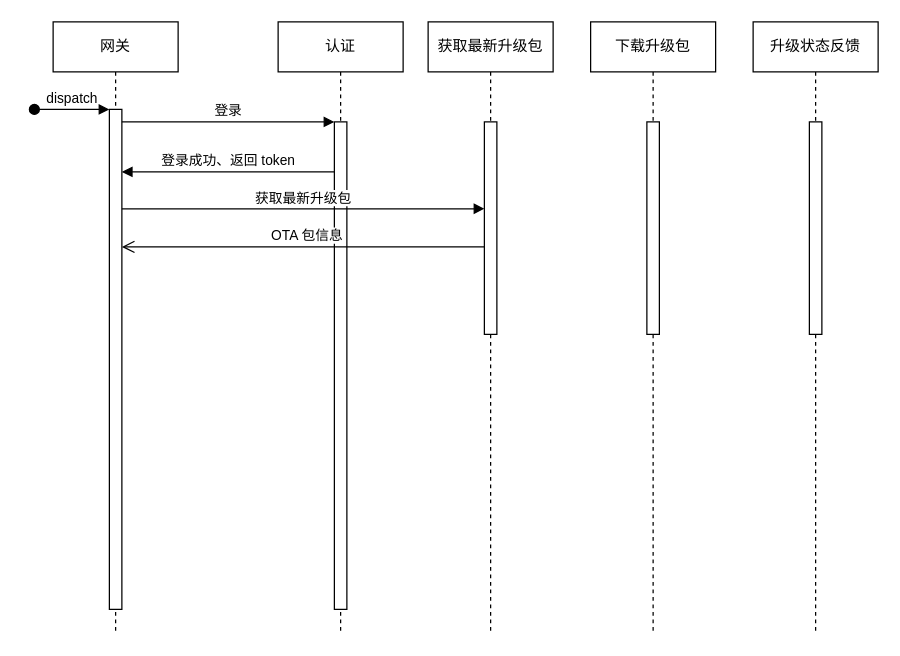
Earlier version of the draw.io diagram 网关与远程管理交互时序图.drawio (zhu91aizhu/drawio). Source tidied: cells renumbered, new cells numbered last; positions are measured from the earlier drawing's top-left corner, leaving out a move shared by most shapes. Both pictures are drawn from the tidied source at 125%, with x=0, y=0 at pixel (34, 21).
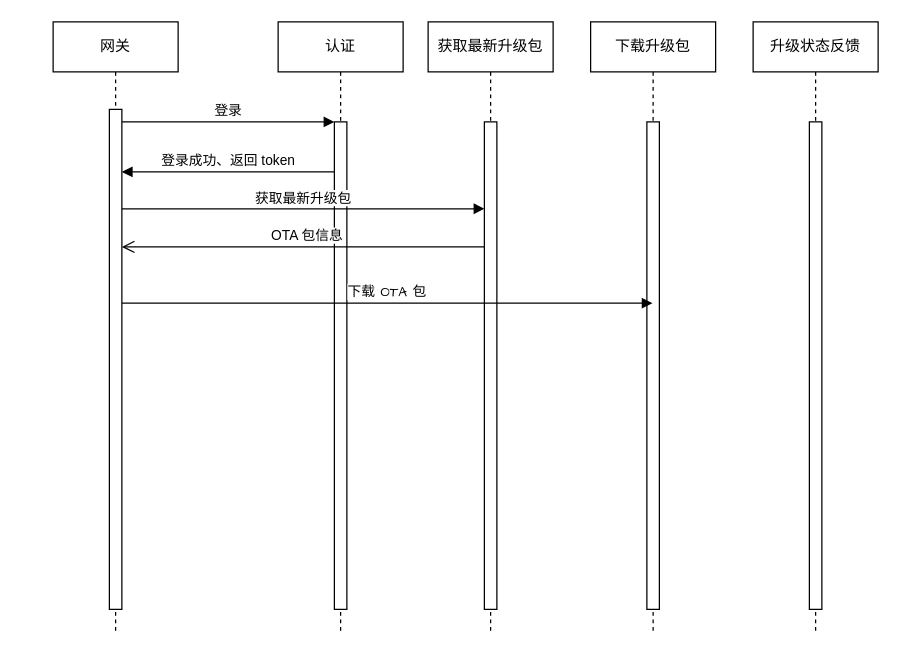
After the change.

Commit message (it also covers changes not shown here):
更新网关与远程管理交互时序图.drawio

The change refers to these unchanged cells:
```xml
<mxCell id="2" value="网关" style="shape=umlLifeline;perimeter=lifelinePerimeter;whiteSpace=wrap;html=1;newEdgeStyle={&quot;edgeStyle&quot;:&quot;elbowEdgeStyle&quot;,&quot;elbow&quot;:&quot;vertical&quot;,&quot;curved&quot;:0,&quot;rounded&quot;:0};" parent="1" vertex="1">
  <mxGeometry x="15" width="100" height="490" as="geometry" />
</mxCell>
<mxCell id="3" style="html=1;points=[];perimeter=orthogonalPerimeter;outlineConnect=0;targetShapes=umlLifeline;portConstraint=eastwest;newEdgeStyle={&quot;edgeStyle&quot;:&quot;elbowEdgeStyle&quot;,&quot;elbow&quot;:&quot;vertical&quot;,&quot;curved&quot;:0,&quot;rounded&quot;:0};" parent="2" vertex="1">
  <mxGeometry x="45" y="70" width="10" height="400" as="geometry" />
</mxCell>
<mxCell id="10" value="获取最新升级包" style="shape=umlLifeline;perimeter=lifelinePerimeter;whiteSpace=wrap;html=1;outlineConnect=0;portConstraint=eastwest;newEdgeStyle={&quot;edgeStyle&quot;:&quot;elbowEdgeStyle&quot;,&quot;elbow&quot;:&quot;vertical&quot;,&quot;curved&quot;:0,&quot;rounded&quot;:0};" parent="1" vertex="1">
  <mxGeometry x="315" width="100" height="490" as="geometry" />
</mxCell>
<mxCell id="12" value="下载升级包" style="shape=umlLifeline;perimeter=lifelinePerimeter;whiteSpace=wrap;html=1;newEdgeStyle={&quot;edgeStyle&quot;:&quot;elbowEdgeStyle&quot;,&quot;elbow&quot;:&quot;vertical&quot;,&quot;curved&quot;:0,&quot;rounded&quot;:0};" parent="1" vertex="1">
  <mxGeometry x="445" width="100" height="490" as="geometry" />
</mxCell>
<mxCell id="14" value="升级状态反馈" style="shape=umlLifeline;perimeter=lifelinePerimeter;whiteSpace=wrap;html=1;newEdgeStyle={&quot;edgeStyle&quot;:&quot;elbowEdgeStyle&quot;,&quot;elbow&quot;:&quot;vertical&quot;,&quot;curved&quot;:0,&quot;rounded&quot;:0};" parent="1" vertex="1">
  <mxGeometry x="575" width="100" height="490" as="geometry" />
</mxCell>
```

The edit, as a diff of the source:
```diff
@@
-    <mxCell id="4" value="dispatch" style="html=1;verticalAlign=bottom;startArrow=oval;endArrow=block;startSize=8;edgeStyle=elbowEdgeStyle;elbow=vertical;curved=0;rounded=0;" parent="2" edge="1" target="3">
-      <mxGeometry relative="1" as="geometry">
-        <mxPoint x="-15" y="70" as="sourcePoint" />
-      </mxGeometry>
-    </mxCell>
@@
     <mxCell id="11" style="html=1;points=[];perimeter=orthogonalPerimeter;outlineConnect=0;targetShapes=umlLifeline;portConstraint=eastwest;newEdgeStyle={&quot;edgeStyle&quot;:&quot;elbowEdgeStyle&quot;,&quot;elbow&quot;:&quot;vertical&quot;,&quot;curved&quot;:0,&quot;rounded&quot;:0};" parent="10" vertex="1">
-      <mxGeometry x="45" y="80" width="10" height="170" as="geometry" />
+      <mxGeometry x="45" y="80" width="10" height="390" as="geometry" />
     </mxCell>
@@
     <mxCell id="13" style="html=1;perimeter=orthogonalPerimeter;targetShapes=umlLifeline;newEdgeStyle={&quot;edgeStyle&quot;:&quot;elbowEdgeStyle&quot;,&quot;elbow&quot;:&quot;vertical&quot;,&quot;curved&quot;:0,&quot;rounded&quot;:0};" parent="12" vertex="1">
-      <mxGeometry x="45" y="80" width="10" height="170" as="geometry" />
+      <mxGeometry x="45" y="80" width="10" height="390" as="geometry" />
     </mxCell>
@@
     <mxCell id="15" style="html=1;perimeter=orthogonalPerimeter;targetShapes=umlLifeline;newEdgeStyle={&quot;edgeStyle&quot;:&quot;elbowEdgeStyle&quot;,&quot;elbow&quot;:&quot;vertical&quot;,&quot;curved&quot;:0,&quot;rounded&quot;:0};" parent="14" vertex="1">
-      <mxGeometry x="45" y="80" width="10" height="170" as="geometry" />
+      <mxGeometry x="45" y="80" width="10" height="390" as="geometry" />
     </mxCell>
@@
+    <mxCell id="17" value="下载 OTA 包" style="html=1;verticalAlign=bottom;startArrow=none;startFill=0;endArrow=block;startSize=8;curved=0;rounded=0;hachureGap=4;fontFamily=Architects Daughter;" parent="1" edge="1">
+      <mxGeometry relative="1" as="geometry">
+        <mxPoint x="70" y="225" as="sourcePoint" />
+        <mxPoint x="494.5" y="225" as="targetPoint" />
+      </mxGeometry>
+    </mxCell>
```
